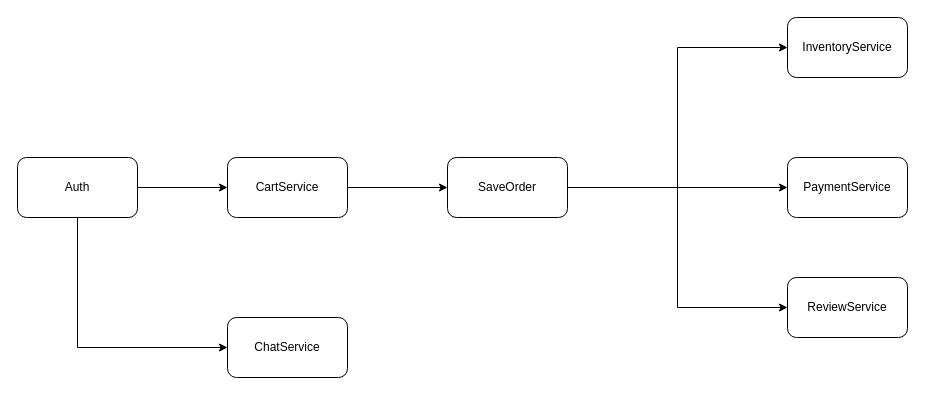
The draw.io diagram diagram_flow.drawio in kientt265/-web2-e-commerce-microservices, before the edit. Source tidied: cells renumbered, new cells numbered last; positions are measured from the earlier drawing's top-left corner, leaving out a move shared by most shapes. Both pictures are drawn from the tidied source at 100%, with x=0, y=0 at pixel (17, 17).
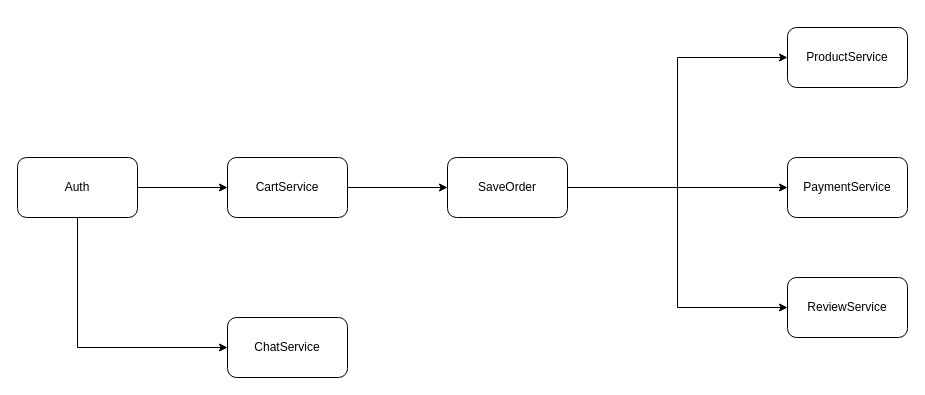
The same page after the edit.

What changed in the source:
```diff
@@
 <mxGraphModel>
   <root>
     <mxCell id="0" />
     <mxCell id="1" parent="0" />
     <mxCell id="2" style="edgeStyle=orthogonalEdgeStyle;rounded=0;jettySize=auto;html=1;exitX=1;exitY=0.5;exitDx=0;exitDy=0;entryX=0;entryY=0.5;entryDx=0;entryDy=0;" parent="1" edge="1" source="5" target="6">
       <mxGeometry relative="1" as="geometry" />
     </mxCell>
     <mxCell id="3" style="edgeStyle=orthogonalEdgeStyle;rounded=0;jettySize=auto;html=1;exitX=1;exitY=0.5;exitDx=0;exitDy=0;entryX=0;entryY=0.5;entryDx=0;entryDy=0;" parent="1" edge="1" source="5" target="8">
       <mxGeometry relative="1" as="geometry" />
     </mxCell>
     <mxCell id="4" style="edgeStyle=orthogonalEdgeStyle;rounded=0;jettySize=auto;html=1;exitX=1;exitY=0.5;exitDx=0;exitDy=0;entryX=0;entryY=0.5;entryDx=0;entryDy=0;" parent="1" edge="1" source="5" target="9">
       <mxGeometry relative="1" as="geometry" />
     </mxCell>
     <mxCell id="5" value="SaveOrder" style="rounded=1;whiteSpace=wrap;html=1;" parent="1" vertex="1">
       <mxGeometry x="430" y="140" width="120" height="60" as="geometry" />
     </mxCell>
     <mxCell id="6" value="PaymentService" style="rounded=1;whiteSpace=wrap;html=1;" parent="1" vertex="1">
       <mxGeometry x="770" y="140" width="120" height="60" as="geometry" />
     </mxCell>
     <mxCell id="7" value="ChatService" style="rounded=1;whiteSpace=wrap;html=1;" parent="1" vertex="1">
       <mxGeometry x="210" y="300" width="120" height="60" as="geometry" />
     </mxCell>
     <mxCell id="8" value="ReviewService" style="rounded=1;whiteSpace=wrap;html=1;" parent="1" vertex="1">
       <mxGeometry x="770" y="260" width="120" height="60" as="geometry" />
     </mxCell>
-    <mxCell id="9" value="InventoryService" style="rounded=1;whiteSpace=wrap;html=1;" parent="1" vertex="1">
-      <mxGeometry x="770" width="120" height="60" as="geometry" />
+    <mxCell id="9" value="ProductService" style="rounded=1;whiteSpace=wrap;html=1;" parent="1" vertex="1">
+      <mxGeometry x="770" y="10" width="120" height="60" as="geometry" />
     </mxCell>
     <mxCell id="10" style="edgeStyle=orthogonalEdgeStyle;rounded=0;jettySize=auto;html=1;exitX=1;exitY=0.5;exitDx=0;exitDy=0;entryX=0;entryY=0.5;entryDx=0;entryDy=0;" parent="1" edge="1" source="11" target="5">
       <mxGeometry relative="1" as="geometry" />
     </mxCell>
     <mxCell id="11" value="CartService" style="rounded=1;whiteSpace=wrap;html=1;" parent="1" vertex="1">
       <mxGeometry x="210" y="140" width="120" height="60" as="geometry" />
     </mxCell>
     <mxCell id="12" style="edgeStyle=orthogonalEdgeStyle;rounded=0;jettySize=auto;html=1;exitX=1;exitY=0.5;exitDx=0;exitDy=0;entryX=0;entryY=0.5;entryDx=0;entryDy=0;" parent="1" edge="1" source="14" target="11">
       <mxGeometry relative="1" as="geometry" />
     </mxCell>
     <mxCell id="13" style="edgeStyle=orthogonalEdgeStyle;rounded=0;jettySize=auto;html=1;exitX=0.5;exitY=1;exitDx=0;exitDy=0;entryX=0;entryY=0.5;entryDx=0;entryDy=0;" parent="1" edge="1" source="14" target="7">
       <mxGeometry relative="1" as="geometry" />
     </mxCell>
     <mxCell id="14" value="Auth" style="rounded=1;whiteSpace=wrap;html=1;" parent="1" vertex="1">
       <mxGeometry y="140" width="120" height="60" as="geometry" />
     </mxCell>
   </root>
 </mxGraphModel>
```
